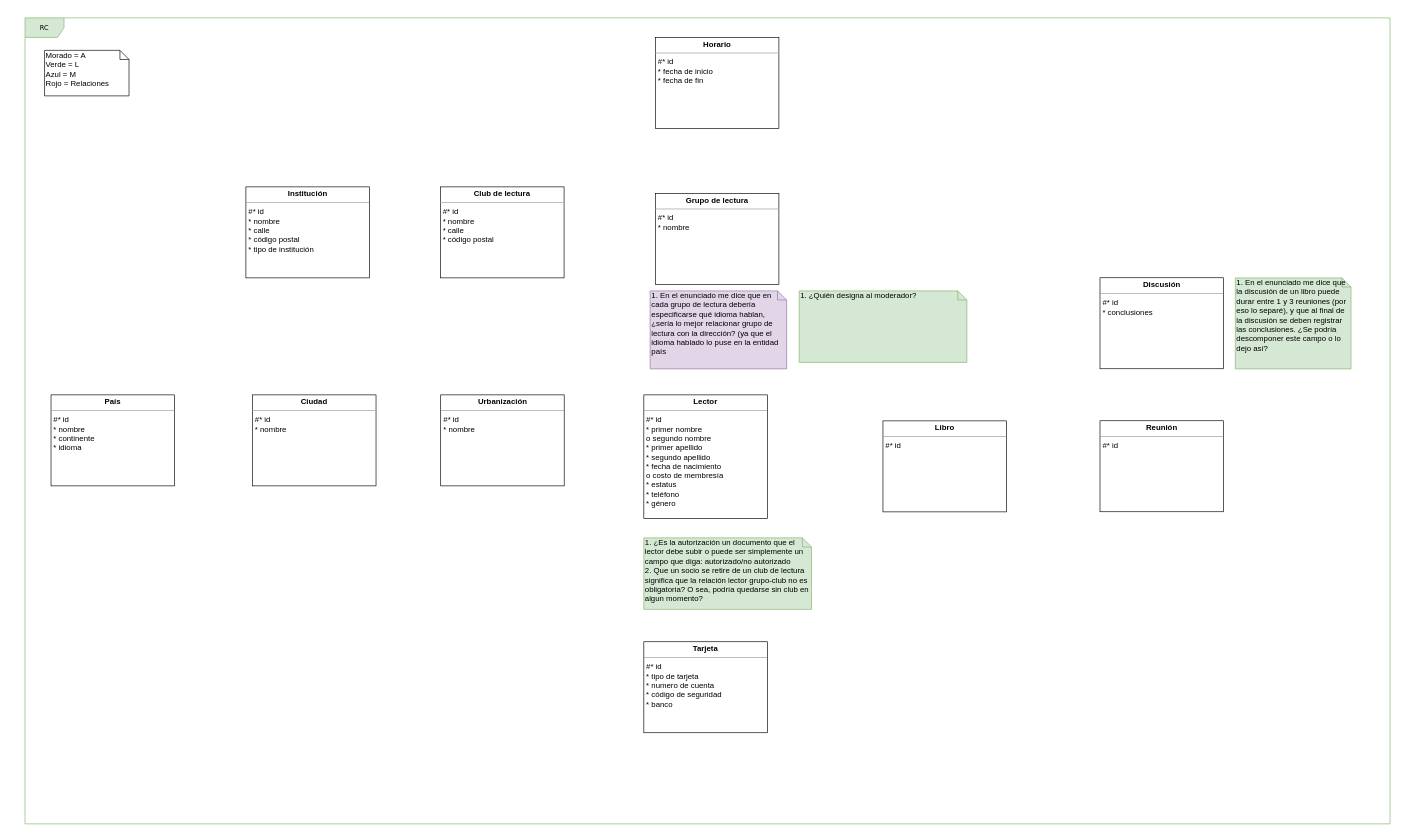
Earlier version of the draw.io diagram DB I/RC (Pseudo) Data Structure V2.drawio (NeutronBlast/IS-Ex). Source tidied: cells renumbered, new cells numbered last; positions are measured from the earlier drawing's top-left corner, leaving out a move shared by most shapes. Both pictures are drawn from the tidied source at 65%, with x=0, y=0 at pixel (25, 18).
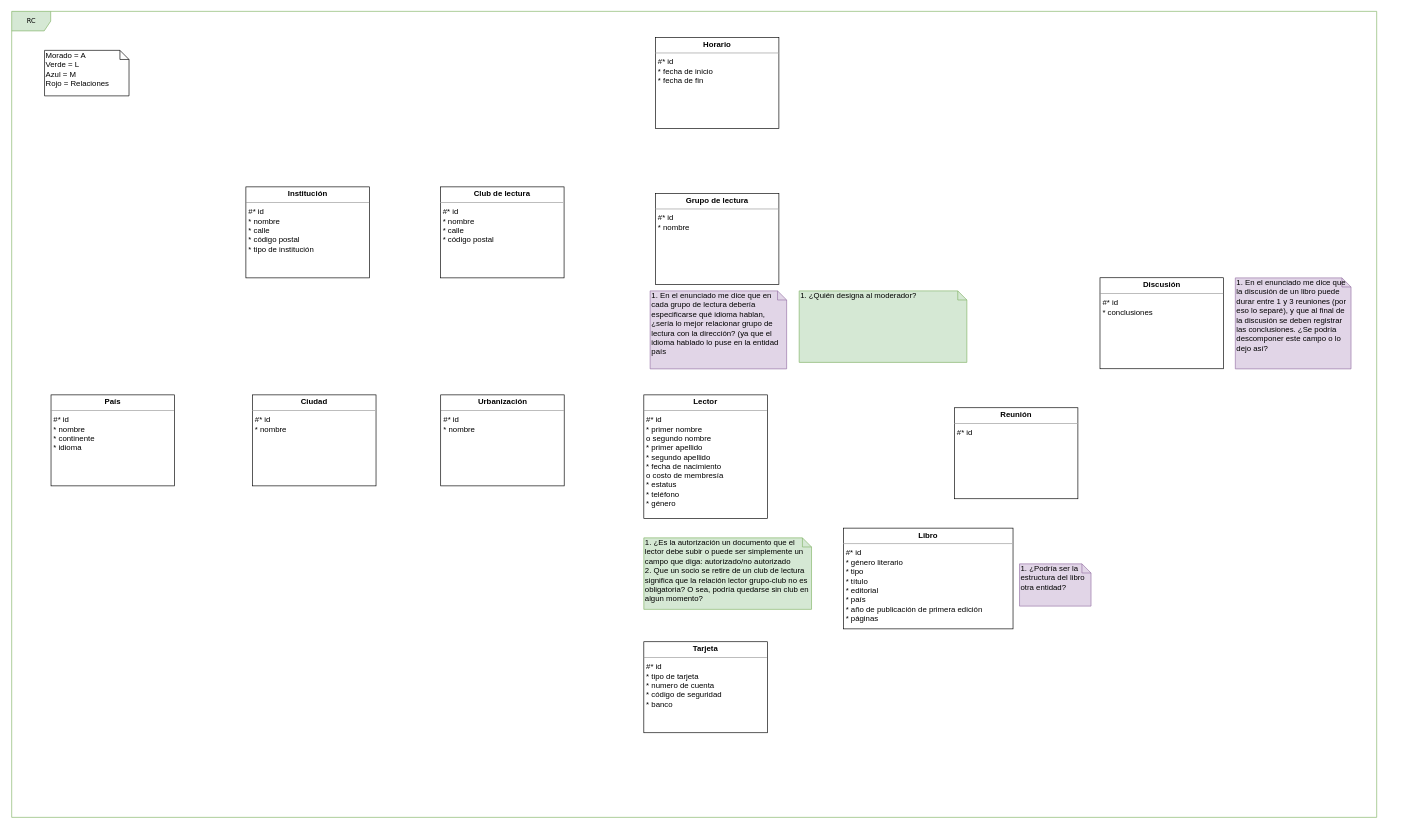
After the change.

Change to the diagram source:
```diff
@@
     <mxCell id="2" value="RC" style="shape=umlFrame;whiteSpace=wrap;html=1;rounded=0;shadow=0;comic=0;labelBackgroundColor=none;strokeColor=#82b366;strokeWidth=1;fillColor=#d5e8d4;fontFamily=Verdana;fontSize=10;align=center;" parent="1" vertex="1">
-      <mxGeometry width="2100" height="1240" as="geometry" />
+      <mxGeometry x="-20.5" y="-10" width="2100" height="1240" as="geometry" />
     </mxCell>
@@
-    <mxCell id="5" value="&lt;p style=&quot;margin: 0px ; margin-top: 4px ; text-align: center&quot;&gt;&lt;b&gt;Libro&lt;/b&gt;&lt;/p&gt;&lt;hr size=&quot;1&quot;&gt;&lt;p style=&quot;margin: 0px ; margin-left: 4px&quot;&gt;#* id&lt;/p&gt;&lt;p style=&quot;margin: 0px ; margin-left: 4px&quot;&gt;&lt;br&gt;&lt;/p&gt;" style="verticalAlign=top;align=left;overflow=fill;fontSize=12;fontFamily=Helvetica;html=1;rounded=0;shadow=0;comic=0;labelBackgroundColor=none;strokeColor=#000000;strokeWidth=1;fillColor=#ffffff;" parent="1" vertex="1">
-      <mxGeometry x="1319.9" y="620" width="190" height="140" as="geometry" />
+    <mxCell id="5" value="&lt;p style=&quot;margin: 0px ; margin-top: 4px ; text-align: center&quot;&gt;&lt;b&gt;Libro&lt;/b&gt;&lt;/p&gt;&lt;hr size=&quot;1&quot;&gt;&lt;p style=&quot;margin: 0px ; margin-left: 4px&quot;&gt;#* id&lt;/p&gt;&lt;p style=&quot;margin: 0px ; margin-left: 4px&quot;&gt;* género literario&lt;/p&gt;&lt;p style=&quot;margin: 0px ; margin-left: 4px&quot;&gt;* tipo&lt;/p&gt;&lt;p style=&quot;margin: 0px ; margin-left: 4px&quot;&gt;* título&lt;/p&gt;&lt;p style=&quot;margin: 0px ; margin-left: 4px&quot;&gt;* editorial&lt;/p&gt;&lt;p style=&quot;margin: 0px ; margin-left: 4px&quot;&gt;* país&lt;/p&gt;&lt;p style=&quot;margin: 0px ; margin-left: 4px&quot;&gt;* año de publicación de primera edición&lt;/p&gt;&lt;p style=&quot;margin: 0px ; margin-left: 4px&quot;&gt;* páginas&lt;/p&gt;&lt;p style=&quot;margin: 0px ; margin-left: 4px&quot;&gt;&lt;br&gt;&lt;/p&gt;" style="verticalAlign=top;align=left;overflow=fill;fontSize=12;fontFamily=Helvetica;html=1;rounded=0;shadow=0;comic=0;labelBackgroundColor=none;strokeColor=#000000;strokeWidth=1;fillColor=#ffffff;" parent="1" vertex="1">
+      <mxGeometry x="1259" y="785" width="261" height="155" as="geometry" />
     </mxCell>
     <mxCell id="6" value="&lt;p style=&quot;margin: 0px ; margin-top: 4px ; text-align: center&quot;&gt;&lt;b&gt;Reunión&lt;/b&gt;&lt;/p&gt;&lt;hr size=&quot;1&quot;&gt;&lt;p style=&quot;margin: 0px ; margin-left: 4px&quot;&gt;#* id&lt;/p&gt;&lt;p style=&quot;margin: 0px ; margin-left: 4px&quot;&gt;&lt;br&gt;&lt;/p&gt;" style="verticalAlign=top;align=left;overflow=fill;fontSize=12;fontFamily=Helvetica;html=1;rounded=0;shadow=0;comic=0;labelBackgroundColor=none;strokeColor=#000000;strokeWidth=1;fillColor=#ffffff;" parent="1" vertex="1">
-      <mxGeometry x="1653.8" y="619.8" width="190" height="140" as="geometry" />
+      <mxGeometry x="1429.8" y="599.8" width="190" height="140" as="geometry" />
     </mxCell>
@@
-    <mxCell id="20" value="1. En el enunciado me dice que la discusión de un libro puede durar entre 1 y 3 reuniones (por eso lo separé), y que al final de la discusión se deben registrar las conclusiones. ¿Se podría descomponer este campo o lo dejo así?" style="shape=note;whiteSpace=wrap;html=1;size=14;verticalAlign=top;align=left;spacingTop=-6;fillColor=#d5e8d4;strokeColor=#82b366;" parent="1" vertex="1">
+    <mxCell id="20" value="1. En el enunciado me dice que la discusión de un libro puede durar entre 1 y 3 reuniones (por eso lo separé), y que al final de la discusión se deben registrar las conclusiones. ¿Se podría descomponer este campo o lo dejo así?" style="shape=note;whiteSpace=wrap;html=1;size=14;verticalAlign=top;align=left;spacingTop=-6;fillColor=#e1d5e7;strokeColor=#9673a6;" parent="1" vertex="1">
       <mxGeometry x="1862" y="400" width="178" height="140" as="geometry" />
     </mxCell>
+    <mxCell id="21" value="1. ¿Podría ser la estructura del libro otra entidad?" style="shape=note;whiteSpace=wrap;html=1;size=14;verticalAlign=top;align=left;spacingTop=-6;fillColor=#e1d5e7;strokeColor=#9673a6;" parent="1" vertex="1">
+      <mxGeometry x="1530" y="840" width="110" height="65" as="geometry" />
+    </mxCell>
```
